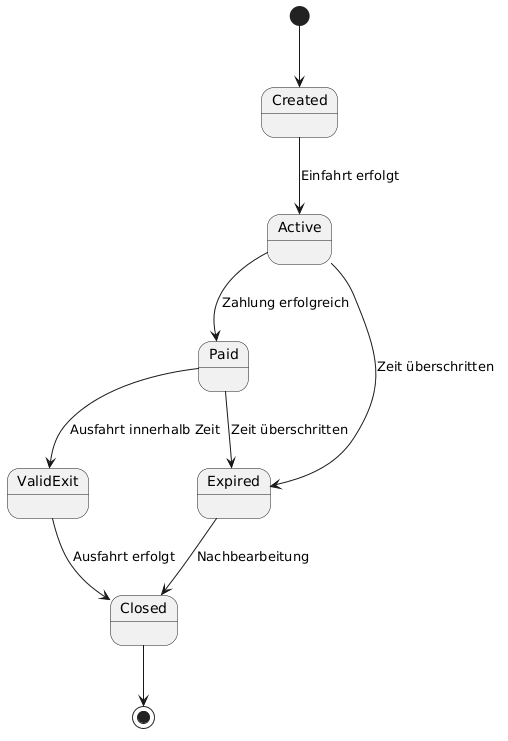
Above: documentation/diagrams/ticket_lifecycle.png in Adyrem/parking (PlantUML), before the change.
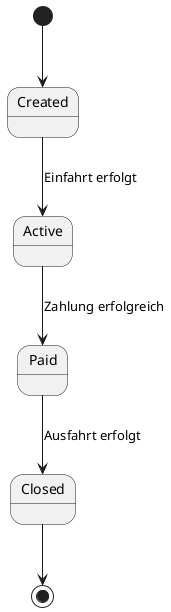
Later version of the same file.

Diff of the diagram source:
```diff
@@ -1,15 +1,12 @@
 @startuml
+
 [*] --> Created
 
 Created --> Active : Einfahrt erfolgt
 Active --> Paid : Zahlung erfolgreich
-Active --> Expired : Zeit überschritten
 
-Paid --> ValidExit : Ausfahrt innerhalb Zeit
-Paid --> Expired : Zeit überschritten
-
-ValidExit --> Closed : Ausfahrt erfolgt
-Expired --> Closed : Nachbearbeitung
+Paid --> Closed : Ausfahrt erfolgt
 
 Closed --> [*]
+
 @enduml
```
